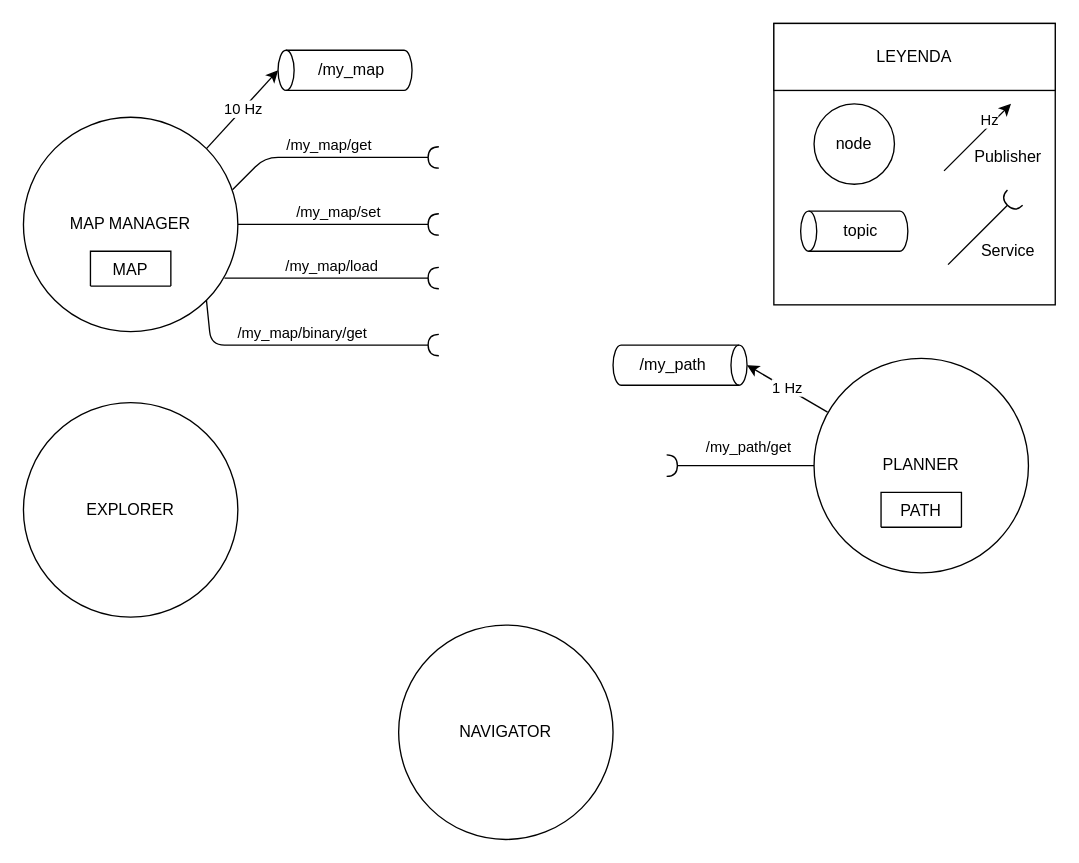
Above: page "Page-2" (2 of 4) of assets/Untitled Diagram.drawio in pariaspe/ttb-slam (draw.io), before the change. Source tidied: cells renumbered, new cells numbered last; positions are measured from the earlier drawing's top-left corner, leaving out a move shared by most shapes. Both pictures are drawn from the tidied source at 134%, with x=0, y=0 at pixel (23, 23).
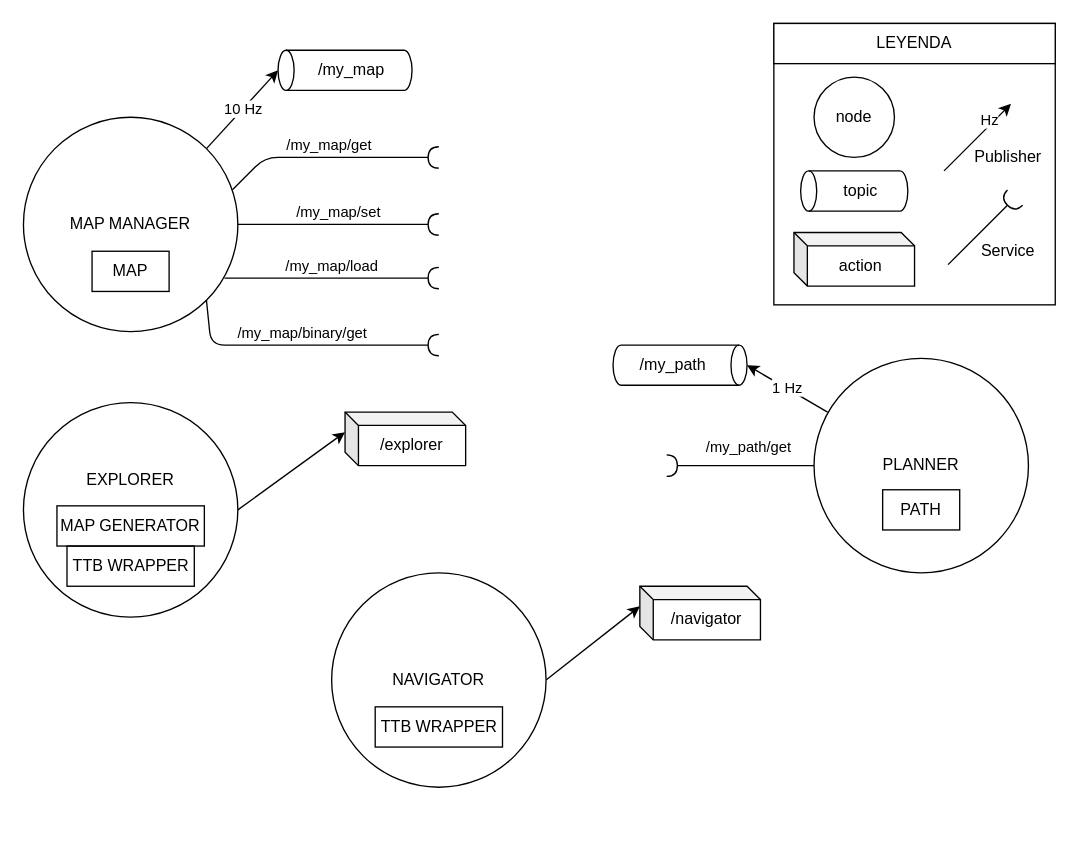
The same page after the edit.

The edit, as a diff of the source:
```diff
@@
-    <mxCell id="9" value="MAP" style="swimlane;fontStyle=0;horizontal=1;startSize=26;" parent="1" vertex="1" collapsed="1">
-      <mxGeometry x="50" y="170" width="60" height="26" as="geometry" />
-    </mxCell>
@@
     <mxCell id="11" value="LEYENDA" style="rounded=0;whiteSpace=wrap;html=1;" parent="1" vertex="1">
-      <mxGeometry x="560" width="210" height="50" as="geometry" />
+      <mxGeometry x="560" width="210" height="30" as="geometry" />
     </mxCell>
     <mxCell id="12" value="node" style="ellipse;whiteSpace=wrap;html=1;" parent="1" vertex="1">
-      <mxGeometry x="590" y="60" width="60" height="60" as="geometry" />
+      <mxGeometry x="590" y="40" width="60" height="60" as="geometry" />
     </mxCell>
     <mxCell id="13" value="topic" style="shape=cylinder3;whiteSpace=wrap;html=1;boundedLbl=1;backgroundOutline=1;size=6;direction=north;" parent="1" vertex="1">
-      <mxGeometry x="580" y="140" width="80" height="30" as="geometry" />
+      <mxGeometry x="580" y="110" width="80" height="30" as="geometry" />
     </mxCell>
@@
-    <mxCell id="20" value="PATH" style="swimlane;fontStyle=0;horizontal=1;startSize=26;" parent="1" vertex="1" collapsed="1">
-      <mxGeometry x="640" y="350" width="60" height="26" as="geometry" />
-    </mxCell>
@@
-    <mxCell id="25" value="EXPLORER" style="ellipse;whiteSpace=wrap;html=1;" parent="1" vertex="1">
+    <mxCell id="25" value="EXPLORER" style="ellipse;whiteSpace=wrap;html=1;spacingBottom=45;" parent="1" vertex="1">
       <mxGeometry y="283" width="160" height="160" as="geometry" />
     </mxCell>
+    <mxCell id="27" style="rounded=0;jettySize=auto;html=1;exitX=1;exitY=0.5;exitDx=0;exitDy=0;entryX=0;entryY=0;entryDx=0;entryDy=15;entryPerimeter=0;" parent="1" edge="1" source="26" target="29">
+      <mxGeometry relative="1" as="geometry" />
+    </mxCell>
     <mxCell id="26" value="NAVIGATOR" style="ellipse;whiteSpace=wrap;html=1;" parent="1" vertex="1">
-      <mxGeometry x="280" y="449" width="160" height="160" as="geometry" />
+      <mxGeometry x="230" y="410" width="160" height="160" as="geometry" />
     </mxCell>
+    <mxCell id="28" value="/explorer" style="shape=cube;whiteSpace=wrap;html=1;boundedLbl=1;backgroundOutline=1;darkOpacity=0.05;darkOpacity2=0.1;size=10;" parent="1" vertex="1">
+      <mxGeometry x="240" y="290" width="90" height="40" as="geometry" />
+    </mxCell>
+    <mxCell id="29" value="/navigator" style="shape=cube;whiteSpace=wrap;html=1;boundedLbl=1;backgroundOutline=1;darkOpacity=0.05;darkOpacity2=0.1;size=10;" parent="1" vertex="1">
+      <mxGeometry x="460" y="420" width="90" height="40" as="geometry" />
+    </mxCell>
+    <mxCell id="30" style="endArrow=classic;html=1;exitX=1;exitY=0.5;exitDx=0;exitDy=0;entryX=0;entryY=0;entryDx=0;entryDy=15;entryPerimeter=0;" parent="1" edge="1" source="25" target="28">
+      <mxGeometry relative="1" as="geometry" />
+    </mxCell>
+    <mxCell id="31" value="action" style="shape=cube;whiteSpace=wrap;html=1;boundedLbl=1;backgroundOutline=1;darkOpacity=0.05;darkOpacity2=0.1;size=10;" parent="1" vertex="1">
+      <mxGeometry x="575" y="156" width="90" height="40" as="geometry" />
+    </mxCell>
+    <mxCell id="20" value="PATH" style="rounded=0;whiteSpace=wrap;html=1;fillColor=none;" parent="1" vertex="1">
+      <mxGeometry x="641.2" y="348" width="57.5" height="30" as="geometry" />
+    </mxCell>
+    <mxCell id="32" value="MAP GENERATOR" style="rounded=0;whiteSpace=wrap;html=1;fillColor=none;" parent="1" vertex="1">
+      <mxGeometry x="25" y="360" width="110" height="30" as="geometry" />
+    </mxCell>
+    <mxCell id="33" value="TTB WRAPPER" style="rounded=0;whiteSpace=wrap;html=1;fillColor=none;" parent="1" vertex="1">
+      <mxGeometry x="32.5" y="390" width="95" height="30" as="geometry" />
+    </mxCell>
+    <mxCell id="34" value="TTB WRAPPER" style="rounded=0;whiteSpace=wrap;html=1;fillColor=none;" parent="1" vertex="1">
+      <mxGeometry x="262.5" y="510" width="95" height="30" as="geometry" />
+    </mxCell>
+    <mxCell id="9" value="MAP" style="rounded=0;whiteSpace=wrap;html=1;fillColor=none;" parent="1" vertex="1">
+      <mxGeometry x="51.2" y="170" width="57.5" height="30" as="geometry" />
+    </mxCell>
```
